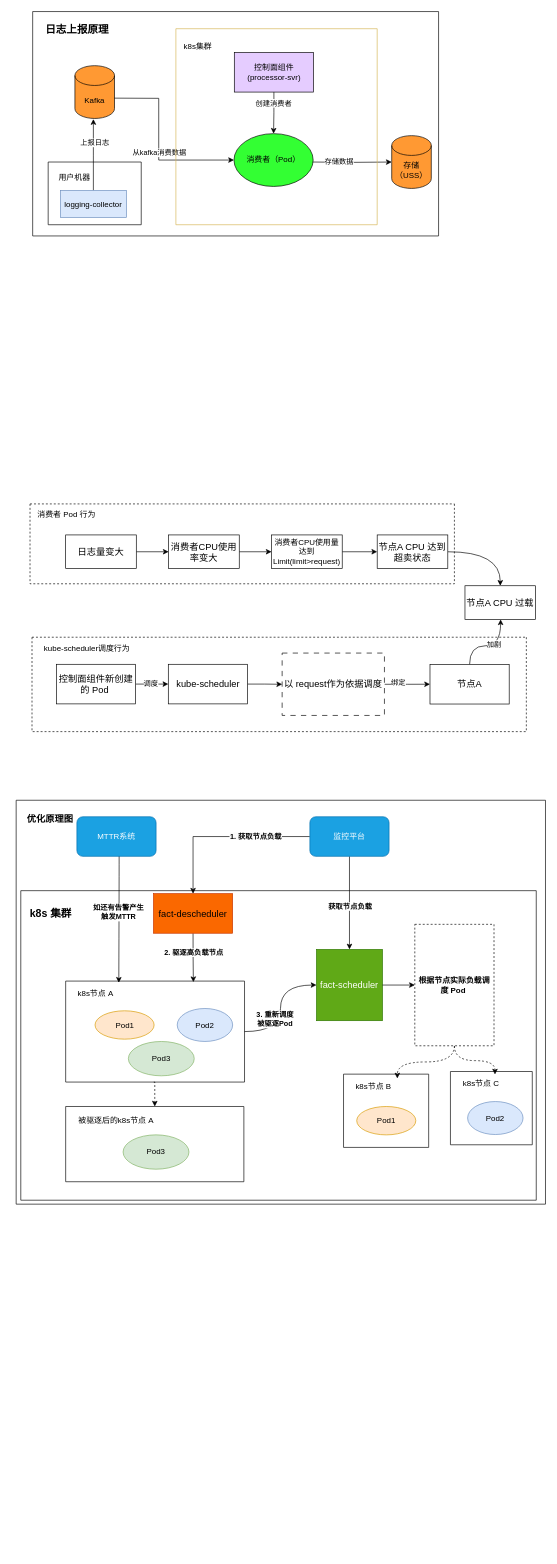
This is page "解决高负载问题" (1 of 8) of promotion.drawio from WebbingXu/draw, a draw.io file, before an edit. Source tidied: cells renumbered, new cells numbered last; positions are measured from the earlier drawing's top-left corner, leaving out a move shared by most shapes. Both pictures are drawn from the tidied source at 66%, with x=0, y=0 at pixel (16, 11).
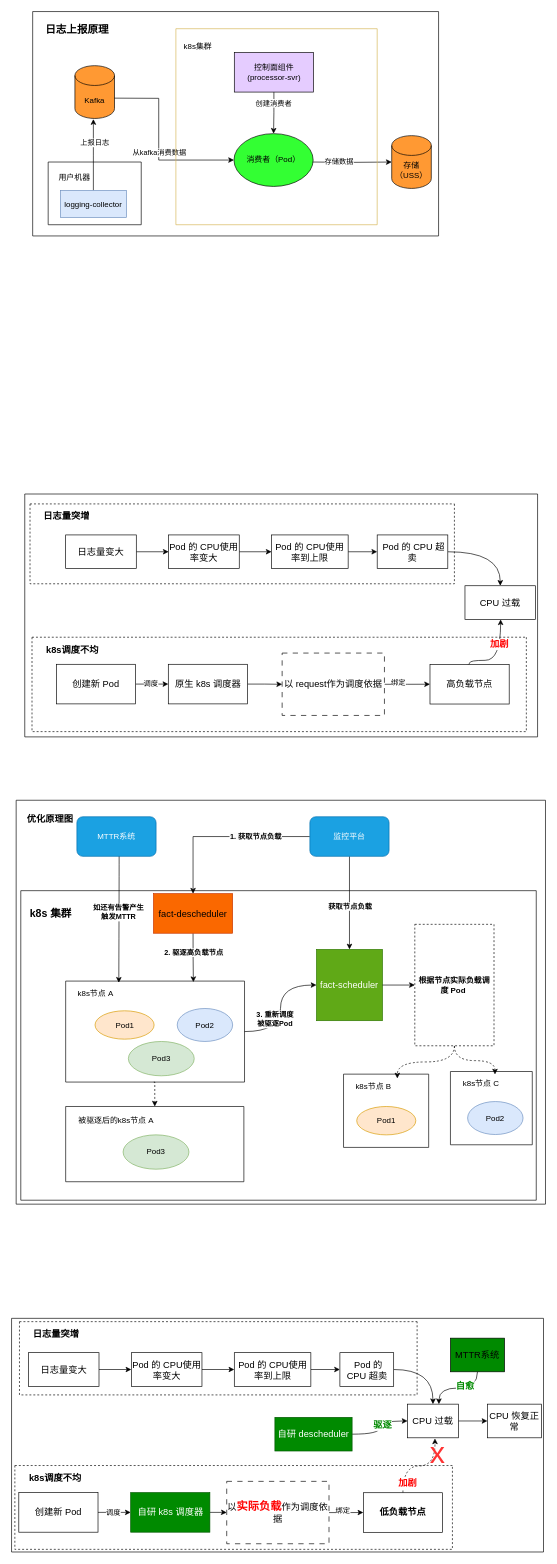
Above is the later version.

The change refers to these unchanged cells:
```xml
<mxCell id="34" style="swimlane;startSize=0;dashed=1;" parent="1" vertex="1">
  <mxGeometry x="21" y="746" width="643" height="121" as="geometry" />
</mxCell>
<mxCell id="36" style="swimlane;startSize=0;dashed=1;" parent="1" vertex="1">
  <mxGeometry x="24" y="948" width="749" height="143" as="geometry" />
</mxCell>
```

Change to the diagram source:
```diff
@@
-    <mxCell id="17" value="&lt;font style=&quot;font-size: 14px;&quot;&gt;消费者CPU使用率变大&lt;/font&gt;" style="rounded=0;whiteSpace=wrap;html=1;" parent="1" vertex="1">
+    <mxCell id="17" value="&lt;font style=&quot;font-size: 14px;&quot;&gt;Pod 的 CPU使用率变大&lt;/font&gt;" style="rounded=0;whiteSpace=wrap;html=1;" parent="1" vertex="1">
       <mxGeometry x="231" y="793" width="107" height="51" as="geometry" />
     </mxCell>
@@
-    <mxCell id="19" value="消费者CPU使用量达到Limit(limit&amp;gt;request)" style="rounded=0;whiteSpace=wrap;html=1;" parent="1" vertex="1">
-      <mxGeometry x="387" y="793" width="107" height="51" as="geometry" />
+    <mxCell id="19" value="&lt;font style=&quot;font-size: 14px;&quot;&gt;Pod 的 CPU使用率到上限&lt;/font&gt;" style="rounded=0;whiteSpace=wrap;html=1;" parent="1" vertex="1">
+      <mxGeometry x="387" y="793" width="116" height="51" as="geometry" />
     </mxCell>
@@
-    <mxCell id="21" value="&lt;font style=&quot;font-size: 14px;&quot;&gt;节点A CPU 达到超卖状态&lt;/font&gt;" style="rounded=0;whiteSpace=wrap;html=1;" parent="1" vertex="1">
+    <mxCell id="21" value="&lt;font style=&quot;font-size: 14px;&quot;&gt;&amp;nbsp;Pod 的 CPU 超卖&lt;/font&gt;" style="rounded=0;whiteSpace=wrap;html=1;" parent="1" vertex="1">
       <mxGeometry x="547" y="793" width="107" height="51" as="geometry" />
     </mxCell>
@@
-    <mxCell id="24" value="&lt;font style=&quot;font-size: 14px;&quot;&gt;控制面组件新创建的 Pod&amp;nbsp;&lt;/font&gt;" style="rounded=0;whiteSpace=wrap;html=1;" parent="1" vertex="1">
+    <mxCell id="24" value="&lt;span style=&quot;font-size: 14px;&quot;&gt;创建新 Pod&lt;/span&gt;" style="rounded=0;whiteSpace=wrap;html=1;" parent="1" vertex="1">
       <mxGeometry x="61" y="989" width="120" height="60" as="geometry" />
     </mxCell>
@@
-    <mxCell id="26" value="&lt;font style=&quot;font-size: 14px;&quot;&gt;kube-scheduler&lt;/font&gt;" style="rounded=0;whiteSpace=wrap;html=1;" parent="1" vertex="1">
+    <mxCell id="26" value="&lt;font style=&quot;font-size: 14px;&quot;&gt;原生 k8s 调度器&lt;/font&gt;" style="rounded=0;whiteSpace=wrap;html=1;" parent="1" vertex="1">
       <mxGeometry x="230.5" y="989" width="120" height="60" as="geometry" />
     </mxCell>
-    <mxCell id="27" value="&lt;font style=&quot;font-size: 14px;&quot;&gt;节点A CPU 过载&lt;/font&gt;" style="rounded=0;whiteSpace=wrap;html=1;" parent="1" vertex="1">
+    <mxCell id="27" value="&lt;font style=&quot;font-size: 14px;&quot;&gt;CPU 过载&lt;/font&gt;" style="rounded=0;whiteSpace=wrap;html=1;" parent="1" vertex="1">
       <mxGeometry x="680" y="870" width="107" height="51" as="geometry" />
     </mxCell>
@@
-    <mxCell id="30" value="&lt;font style=&quot;font-size: 14px;&quot;&gt;以 request作为依据调度&lt;/font&gt;" style="rounded=0;whiteSpace=wrap;html=1;dashed=1;dashPattern=8 8;" parent="1" vertex="1">
+    <mxCell id="30" value="&lt;font style=&quot;font-size: 14px;&quot;&gt;以 request作为调度依据&lt;/font&gt;" style="rounded=0;whiteSpace=wrap;html=1;dashed=1;dashPattern=8 8;" parent="1" vertex="1">
       <mxGeometry x="403" y="972" width="155" height="94.5" as="geometry" />
     </mxCell>
-    <mxCell id="31" style="edgeStyle=orthogonalEdgeStyle;rounded=0;jettySize=auto;html=1;curved=1;" parent="1" edge="1" source="33" target="27">
+    <mxCell id="31" style="edgeStyle=orthogonalEdgeStyle;rounded=0;jettySize=auto;html=1;curved=1;" parent="1" edge="1" target="27">
       <mxGeometry relative="1" as="geometry">
+        <mxPoint x="681" y="991" as="sourcePoint" />
         <Array as="points">
-          <mxPoint x="687" y="961" />
-          <mxPoint x="734" y="961" />
+          <mxPoint x="687" y="983" />
+          <mxPoint x="734" y="983" />
         </Array>
       </mxGeometry>
     </mxCell>
-    <mxCell id="32" value="加剧" style="edgeLabel;html=1;align=center;verticalAlign=middle;" parent="31" vertex="1">
-      <mxGeometry x="0.13" y="3" relative="1" as="geometry" />
-    </mxCell>
+    <mxCell id="82" value="&lt;b&gt;&lt;font style=&quot;font-size: 14px;&quot; color=&quot;#ff0000&quot;&gt;加剧&lt;/font&gt;&lt;/b&gt;" style="edgeLabel;html=1;align=center;verticalAlign=middle;" parent="31" vertex="1">
+      <mxGeometry x="0.28" y="4" relative="1" as="geometry">
+        <mxPoint x="1" y="-7" as="offset" />
+      </mxGeometry>
+    </mxCell>
-    <mxCell id="33" value="&lt;font style=&quot;font-size: 14px;&quot;&gt;节点A&lt;/font&gt;" style="rounded=0;whiteSpace=wrap;html=1;" parent="1" vertex="1">
+    <mxCell id="33" value="&lt;font style=&quot;font-size: 14px;&quot;&gt;高负载节点&lt;/font&gt;" style="rounded=0;whiteSpace=wrap;html=1;" parent="1" vertex="1">
       <mxGeometry x="627" y="989.2" width="120" height="60" as="geometry" />
     </mxCell>
@@
-    <mxCell id="35" value="消费者 Pod 行为" style="text;html=1;align=center;verticalAlign=middle;strokeColor=none;fillColor=none;" parent="34" vertex="1">
-      <mxGeometry x="2" y="4" width="106" height="26" as="geometry" />
+    <mxCell id="35" value="&lt;span style=&quot;font-size: 14px;&quot;&gt;&lt;b&gt;日志量突增&lt;/b&gt;&lt;/span&gt;" style="text;html=1;align=center;verticalAlign=middle;strokeColor=none;fillColor=none;" parent="34" vertex="1">
+      <mxGeometry x="11" y="3" width="88" height="29" as="geometry" />
     </mxCell>
@@
-    <mxCell id="37" value="kube-scheduler调度行为" style="text;html=1;align=center;verticalAlign=middle;strokeColor=none;fillColor=none;" parent="36" vertex="1">
-      <mxGeometry x="9" y="5" width="148" height="26" as="geometry" />
+    <mxCell id="37" value="&lt;font style=&quot;font-size: 14px;&quot;&gt;&lt;b&gt;k8s调度不均&lt;/b&gt;&lt;/font&gt;" style="text;html=1;align=center;verticalAlign=middle;strokeColor=none;fillColor=none;" parent="36" vertex="1">
+      <mxGeometry x="12" y="4" width="97" height="29" as="geometry" />
     </mxCell>
@@
+    <mxCell id="83" style="edgeStyle=orthogonalEdgeStyle;rounded=0;jettySize=auto;html=1;" parent="1" edge="1" source="84" target="86">
+      <mxGeometry relative="1" as="geometry" />
+    </mxCell>
+    <mxCell id="84" value="&lt;font style=&quot;font-size: 14px;&quot;&gt;日志量变大&lt;/font&gt;" style="rounded=0;whiteSpace=wrap;html=1;" parent="1" vertex="1">
+      <mxGeometry x="18.5" y="2032" width="107" height="51" as="geometry" />
+    </mxCell>
+    <mxCell id="85" style="edgeStyle=orthogonalEdgeStyle;rounded=0;jettySize=auto;html=1;" parent="1" edge="1" source="86" target="88">
+      <mxGeometry relative="1" as="geometry" />
+    </mxCell>
+    <mxCell id="86" value="&lt;font style=&quot;font-size: 14px;&quot;&gt;Pod 的 CPU使用率变大&lt;/font&gt;" style="rounded=0;whiteSpace=wrap;html=1;" parent="1" vertex="1">
+      <mxGeometry x="174.5" y="2032" width="107" height="51" as="geometry" />
+    </mxCell>
+    <mxCell id="87" style="edgeStyle=orthogonalEdgeStyle;rounded=0;jettySize=auto;html=1;" parent="1" edge="1" source="88" target="90">
+      <mxGeometry relative="1" as="geometry" />
+    </mxCell>
+    <mxCell id="88" value="&lt;font style=&quot;font-size: 14px;&quot;&gt;Pod 的 CPU使用率到上限&lt;/font&gt;" style="rounded=0;whiteSpace=wrap;html=1;" parent="1" vertex="1">
+      <mxGeometry x="330.5" y="2032" width="116" height="51" as="geometry" />
+    </mxCell>
+    <mxCell id="89" style="edgeStyle=orthogonalEdgeStyle;rounded=0;jettySize=auto;html=1;entryX=0.5;entryY=0;entryDx=0;entryDy=0;curved=1;" parent="1" edge="1" source="90" target="97">
+      <mxGeometry relative="1" as="geometry" />
+    </mxCell>
+    <mxCell id="90" value="&lt;font style=&quot;font-size: 14px;&quot;&gt;&amp;nbsp;Pod 的 CPU 超卖&lt;/font&gt;" style="rounded=0;whiteSpace=wrap;html=1;" parent="1" vertex="1">
+      <mxGeometry x="490.5" y="2032" width="81.5" height="51" as="geometry" />
+    </mxCell>
+    <mxCell id="91" style="edgeStyle=orthogonalEdgeStyle;rounded=0;jettySize=auto;html=1;" parent="1" edge="1" source="93" target="95">
+      <mxGeometry relative="1" as="geometry" />
+    </mxCell>
+    <mxCell id="92" value="调度" style="edgeLabel;html=1;align=center;verticalAlign=middle;" parent="91" vertex="1">
+      <mxGeometry x="-0.11" y="1" relative="1" as="geometry" />
+    </mxCell>
+    <mxCell id="93" value="&lt;span style=&quot;font-size: 14px;&quot;&gt;创建新 Pod&lt;/span&gt;" style="rounded=0;whiteSpace=wrap;html=1;" parent="1" vertex="1">
+      <mxGeometry x="4" y="2244" width="120" height="60" as="geometry" />
+    </mxCell>
+    <mxCell id="94" style="edgeStyle=orthogonalEdgeStyle;rounded=0;jettySize=auto;html=1;" parent="1" edge="1" source="95" target="100">
+      <mxGeometry relative="1" as="geometry" />
+    </mxCell>
+    <mxCell id="95" value="&lt;font style=&quot;font-size: 14px;&quot;&gt;自研 k8s 调度器&lt;/font&gt;" style="rounded=0;whiteSpace=wrap;html=1;fillColor=#008a00;fontColor=#ffffff;strokeColor=#005700;" parent="1" vertex="1">
+      <mxGeometry x="173.5" y="2244" width="120" height="60" as="geometry" />
+    </mxCell>
+    <mxCell id="96" style="edgeStyle=orthogonalEdgeStyle;rounded=0;jettySize=auto;html=1;" parent="1" edge="1" source="97" target="112">
+      <mxGeometry relative="1" as="geometry" />
+    </mxCell>
+    <mxCell id="97" value="&lt;font style=&quot;font-size: 14px;&quot;&gt;CPU 过载&lt;/font&gt;" style="rounded=0;whiteSpace=wrap;html=1;" parent="1" vertex="1">
+      <mxGeometry x="593" y="2110" width="77" height="51" as="geometry" />
+    </mxCell>
+    <mxCell id="98" style="edgeStyle=orthogonalEdgeStyle;rounded=0;jettySize=auto;html=1;" parent="1" edge="1" source="100" target="103">
+      <mxGeometry relative="1" as="geometry" />
+    </mxCell>
+    <mxCell id="99" value="绑定" style="edgeLabel;html=1;align=center;verticalAlign=middle;" parent="98" vertex="1">
+      <mxGeometry x="-0.42" y="3" relative="1" as="geometry">
+        <mxPoint x="5" as="offset" />
+      </mxGeometry>
+    </mxCell>
+    <mxCell id="100" value="&lt;font style=&quot;&quot;&gt;&lt;span style=&quot;font-size: 14px;&quot;&gt;以&lt;/span&gt;&lt;b style=&quot;&quot;&gt;&lt;font style=&quot;font-size: 17px;&quot; color=&quot;#ff0000&quot;&gt;实际负载&lt;/font&gt;&lt;/b&gt;&lt;span style=&quot;font-size: 14px;&quot;&gt;作为调度依据&lt;/span&gt;&lt;/font&gt;" style="rounded=0;whiteSpace=wrap;html=1;dashed=1;dashPattern=8 8;" parent="1" vertex="1">
+      <mxGeometry x="319" y="2227" width="155" height="94.5" as="geometry" />
+    </mxCell>
+    <mxCell id="101" style="edgeStyle=orthogonalEdgeStyle;rounded=0;jettySize=auto;html=1;curved=1;dashed=1;" parent="1" edge="1" source="103">
+      <mxGeometry relative="1" as="geometry">
+        <mxPoint x="634.5" y="2162" as="targetPoint" />
+      </mxGeometry>
+    </mxCell>
+    <mxCell id="102" value="&lt;b&gt;&lt;font color=&quot;#ff0000&quot; style=&quot;font-size: 14px;&quot;&gt;加剧&lt;/font&gt;&lt;/b&gt;" style="edgeLabel;html=1;align=center;verticalAlign=middle;" parent="101" vertex="1">
+      <mxGeometry x="0.11" y="4" relative="1" as="geometry">
+        <mxPoint x="-26" y="30" as="offset" />
+      </mxGeometry>
+    </mxCell>
+    <mxCell id="103" value="&lt;font style=&quot;font-size: 14px;&quot;&gt;&lt;b&gt;低负载节点&lt;/b&gt;&lt;/font&gt;" style="rounded=0;whiteSpace=wrap;html=1;" parent="1" vertex="1">
+      <mxGeometry x="526" y="2244.2" width="120" height="60" as="geometry" />
+    </mxCell>
+    <mxCell id="104" style="swimlane;startSize=0;dashed=1;" parent="1" vertex="1">
+      <mxGeometry x="5" y="1985" width="602.5" height="111" as="geometry" />
+    </mxCell>
+    <mxCell id="105" value="&lt;span style=&quot;font-size: 14px;&quot;&gt;&lt;b&gt;日志量突增&lt;/b&gt;&lt;/span&gt;" style="text;html=1;align=center;verticalAlign=middle;strokeColor=none;fillColor=none;" parent="104" vertex="1">
+      <mxGeometry x="11" y="3" width="88" height="29" as="geometry" />
+    </mxCell>
+    <mxCell id="106" style="swimlane;startSize=0;dashed=1;" parent="1" vertex="1">
+      <mxGeometry x="-2" y="2203" width="663" height="127" as="geometry" />
+    </mxCell>
+    <mxCell id="107" value="&lt;font style=&quot;font-size: 14px;&quot;&gt;&lt;b&gt;k8s调度不均&lt;/b&gt;&lt;/font&gt;" style="text;html=1;align=center;verticalAlign=middle;strokeColor=none;fillColor=none;" parent="106" vertex="1">
+      <mxGeometry x="12" y="4" width="97" height="29" as="geometry" />
+    </mxCell>
+    <mxCell id="108" value="&lt;font color=&quot;#ff3333&quot; style=&quot;font-size: 46px;&quot;&gt;x&lt;/font&gt;" style="text;html=1;align=center;verticalAlign=middle;strokeColor=none;fillColor=none;" parent="1" vertex="1">
+      <mxGeometry x="617" y="2150" width="41" height="67" as="geometry" />
+    </mxCell>
+    <mxCell id="109" style="edgeStyle=orthogonalEdgeStyle;rounded=0;jettySize=auto;html=1;entryX=0;entryY=0.5;entryDx=0;entryDy=0;curved=1;" parent="1" edge="1" source="111" target="97">
+      <mxGeometry relative="1" as="geometry" />
+    </mxCell>
+    <mxCell id="110" value="&lt;b&gt;&lt;font color=&quot;#008a00&quot; style=&quot;font-size: 14px;&quot;&gt;驱逐&lt;/font&gt;&lt;/b&gt;" style="edgeLabel;html=1;align=center;verticalAlign=middle;" parent="109" vertex="1">
+      <mxGeometry x="0.07" y="-3" relative="1" as="geometry" />
+    </mxCell>
+    <mxCell id="111" value="&lt;font style=&quot;font-size: 14px;&quot;&gt;自研 descheduler&lt;/font&gt;" style="rounded=0;whiteSpace=wrap;html=1;fillColor=#008a00;fontColor=#ffffff;strokeColor=#005700;" parent="1" vertex="1">
+      <mxGeometry x="392" y="2130" width="117" height="51" as="geometry" />
+    </mxCell>
+    <mxCell id="112" value="&lt;font style=&quot;font-size: 14px;&quot;&gt;CPU 恢复正常&lt;/font&gt;" style="rounded=0;whiteSpace=wrap;html=1;" parent="1" vertex="1">
+      <mxGeometry x="714" y="2110" width="82" height="51" as="geometry" />
+    </mxCell>
+    <mxCell id="113" style="swimlane;startSize=0;" parent="1" vertex="1">
+      <mxGeometry x="13" y="731" width="777" height="368" as="geometry" />
+    </mxCell>
+    <mxCell id="114" style="swimlane;startSize=0;" parent="1" vertex="1">
+      <mxGeometry x="-7" y="1980" width="806" height="354" as="geometry" />
+    </mxCell>
+    <mxCell id="115" value="&lt;font style=&quot;font-size: 14px;&quot;&gt;MTTR系统&lt;/font&gt;" style="rounded=0;whiteSpace=wrap;html=1;fillColor=#008A00;" parent="114" vertex="1">
+      <mxGeometry x="665" y="30" width="82" height="51" as="geometry" />
+    </mxCell>
+    <mxCell id="116" style="edgeStyle=orthogonalEdgeStyle;rounded=0;jettySize=auto;html=1;entryX=0.617;entryY=0;entryDx=0;entryDy=0;entryPerimeter=0;curved=1;" parent="1" edge="1" source="115" target="97">
+      <mxGeometry relative="1" as="geometry" />
+    </mxCell>
+    <mxCell id="117" value="&lt;b&gt;&lt;font color=&quot;#008a00&quot; style=&quot;font-size: 14px;&quot;&gt;自愈&lt;/font&gt;&lt;/b&gt;" style="edgeLabel;html=1;align=center;verticalAlign=middle;" parent="116" vertex="1">
+      <mxGeometry x="-0.18" y="-4" relative="1" as="geometry" />
+    </mxCell>
```
